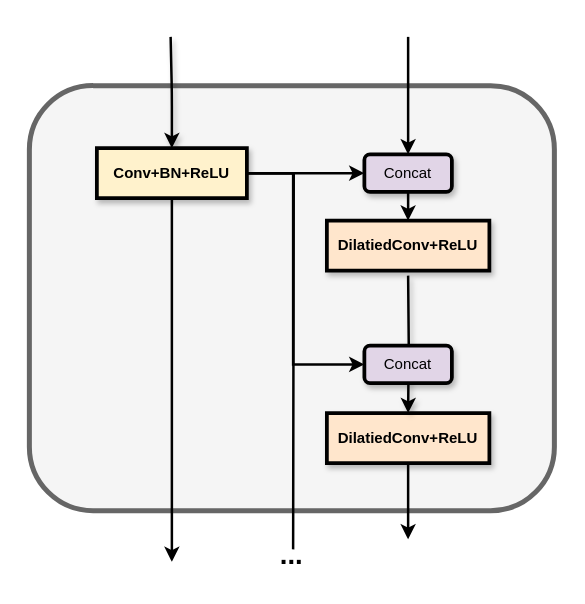
Before: Asymmetric_Cross_Path/d_alltoone.drawio in KopiSoftware/draw_cc_cloud, a draw.io diagram. Source tidied: cells renumbered, new cells numbered last; positions are measured from the earlier drawing's top-left corner, leaving out a move shared by most shapes. Both pictures are drawn from the tidied source at 125%, with x=0, y=0 at pixel (29, 36).
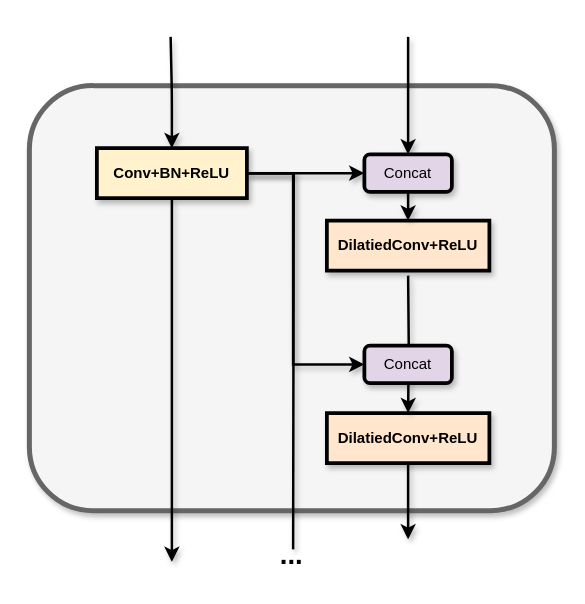
Above is the later version.

The change refers to these unchanged cells:
```xml
<mxCell id="7" value="&lt;b&gt;Conv+BN+ReLU&lt;/b&gt;" style="rounded=0;whiteSpace=wrap;html=1;fillColor=#fff2cc;strokeColor=#000000;strokeWidth=3;shadow=1;" parent="1" vertex="1">
  <mxGeometry x="54" y="89" width="120" height="40" as="geometry" />
</mxCell>
<mxCell id="12" value="&lt;b style=&quot;border-color: var(--border-color);&quot;&gt;DilatiedConv+ReLU&lt;/b&gt;" style="rounded=0;whiteSpace=wrap;html=1;fillColor=#ffe6cc;strokeColor=#000000;strokeWidth=3;shadow=1;" parent="1" vertex="1">
  <mxGeometry x="238" y="147" width="130" height="40" as="geometry" />
</mxCell>
<mxCell id="13" value="Concat" style="rounded=1;whiteSpace=wrap;html=1;strokeWidth=3;shadow=1;fillColor=#e1d5e7;strokeColor=#000000;" parent="1" vertex="1">
  <mxGeometry x="268" y="247" width="70" height="30" as="geometry" />
</mxCell>
<mxCell id="17" value="Concat" style="rounded=1;whiteSpace=wrap;html=1;strokeWidth=3;shadow=1;fillColor=#e1d5e7;strokeColor=#000000;" parent="1" vertex="1">
  <mxGeometry x="268" y="94" width="70" height="30" as="geometry" />
</mxCell>
```

The edit, as a diff of the source:
```diff
@@
-    <mxCell id="2" style="rounded=1;whiteSpace=wrap;html=1;fillColor=#f5f5f5;strokeColor=#666666;strokeWidth=4;fontColor=#333333;" parent="1" vertex="1">
+    <mxCell id="2" style="rounded=1;whiteSpace=wrap;html=1;fillColor=#f5f5f5;strokeColor=#666666;strokeWidth=4;fontColor=#333333;shadow=1;" parent="1" vertex="1">
       <mxGeometry y="39" width="420" height="340" as="geometry" />
     </mxCell>
@@
-    <mxCell id="4" style="edgeStyle=orthogonalEdgeStyle;rounded=0;jettySize=auto;html=1;entryX=0;entryY=0.5;entryDx=0;entryDy=0;strokeWidth=2;" parent="1" edge="1" source="7" target="17">
+    <mxCell id="4" style="edgeStyle=orthogonalEdgeStyle;rounded=0;jettySize=auto;html=1;entryX=0;entryY=0.5;entryDx=0;entryDy=0;strokeWidth=2;shadow=1;" parent="1" edge="1" source="7" target="17">
       <mxGeometry relative="1" as="geometry" />
     </mxCell>
-    <mxCell id="5" style="edgeStyle=orthogonalEdgeStyle;rounded=0;jettySize=auto;html=1;exitX=1;exitY=0.5;exitDx=0;exitDy=0;entryX=0;entryY=0.5;entryDx=0;entryDy=0;strokeWidth=2;" parent="1" edge="1" source="7" target="13">
+    <mxCell id="5" style="edgeStyle=orthogonalEdgeStyle;rounded=0;jettySize=auto;html=1;exitX=1;exitY=0.5;exitDx=0;exitDy=0;entryX=0;entryY=0.5;entryDx=0;entryDy=0;strokeWidth=2;shadow=1;" parent="1" edge="1" source="7" target="13">
       <mxGeometry relative="1" as="geometry">
         <Array as="points">
           <mxPoint x="211" y="109" />
           <mxPoint x="211" y="262" />
         </Array>
       </mxGeometry>
     </mxCell>
-    <mxCell id="6" style="edgeStyle=orthogonalEdgeStyle;rounded=0;jettySize=auto;html=1;exitX=1;exitY=0.5;exitDx=0;exitDy=0;endArrow=none;endFill=0;strokeWidth=2;" parent="1" edge="1" source="7">
+    <mxCell id="6" style="edgeStyle=orthogonalEdgeStyle;rounded=0;jettySize=auto;html=1;exitX=1;exitY=0.5;exitDx=0;exitDy=0;endArrow=none;endFill=0;strokeWidth=2;shadow=1;" parent="1" edge="1" source="7">
       <mxGeometry relative="1" as="geometry">
         <mxPoint x="211" y="410" as="targetPoint" />
       </mxGeometry>
     </mxCell>
@@
-    <mxCell id="8" style="edgeStyle=orthogonalEdgeStyle;rounded=0;orthogonalLoop=1;jettySize=auto;html=1;exitX=0.5;exitY=1;exitDx=0;exitDy=0;strokeWidth=2;" parent="1" edge="1">
+    <mxCell id="8" style="edgeStyle=orthogonalEdgeStyle;rounded=0;orthogonalLoop=1;jettySize=auto;html=1;exitX=0.5;exitY=1;exitDx=0;exitDy=0;strokeWidth=2;shadow=1;" parent="1" edge="1">
       <mxGeometry relative="1" as="geometry">
         <mxPoint x="303" y="323" as="sourcePoint" />
         <mxPoint x="303" y="402" as="targetPoint" />
       </mxGeometry>
     </mxCell>
@@
-    <mxCell id="11" style="edgeStyle=orthogonalEdgeStyle;rounded=0;jettySize=auto;html=1;exitX=0.5;exitY=0;exitDx=0;exitDy=0;" parent="1" edge="1" source="12">
+    <mxCell id="11" style="edgeStyle=orthogonalEdgeStyle;rounded=0;jettySize=auto;html=1;exitX=0.5;exitY=0;exitDx=0;exitDy=0;shadow=1;" parent="1" edge="1" source="12">
       <mxGeometry relative="1" as="geometry">
         <mxPoint x="303" y="147" as="targetPoint" />
       </mxGeometry>
     </mxCell>
@@
-    <mxCell id="14" style="edgeStyle=orthogonalEdgeStyle;rounded=0;jettySize=auto;html=1;strokeWidth=2;exitX=0.5;exitY=1;exitDx=0;exitDy=0;" parent="1" edge="1" source="7">
+    <mxCell id="14" style="edgeStyle=orthogonalEdgeStyle;rounded=0;jettySize=auto;html=1;strokeWidth=2;exitX=0.5;exitY=1;exitDx=0;exitDy=0;shadow=1;" parent="1" edge="1" source="7">
       <mxGeometry relative="1" as="geometry">
         <mxPoint x="114" y="420" as="targetPoint" />
       </mxGeometry>
     </mxCell>
-    <mxCell id="15" style="edgeStyle=orthogonalEdgeStyle;rounded=0;jettySize=auto;html=1;entryX=0.5;entryY=0;entryDx=0;entryDy=0;strokeWidth=2;" parent="1" edge="1" source="17" target="12">
+    <mxCell id="15" style="edgeStyle=orthogonalEdgeStyle;rounded=0;jettySize=auto;html=1;entryX=0.5;entryY=0;entryDx=0;entryDy=0;strokeWidth=2;shadow=1;" parent="1" edge="1" source="17" target="12">
       <mxGeometry relative="1" as="geometry" />
     </mxCell>
-    <mxCell id="16" style="edgeStyle=orthogonalEdgeStyle;rounded=0;jettySize=auto;html=1;endArrow=none;endFill=0;startArrow=classic;startFill=1;strokeWidth=2;" parent="1" edge="1" source="17">
+    <mxCell id="16" style="edgeStyle=orthogonalEdgeStyle;rounded=0;jettySize=auto;html=1;endArrow=none;endFill=0;startArrow=classic;startFill=1;strokeWidth=2;shadow=1;" parent="1" edge="1" source="17">
       <mxGeometry relative="1" as="geometry">
         <mxPoint x="303" as="targetPoint" />
       </mxGeometry>
     </mxCell>
@@
-    <mxCell id="18" value="&lt;b&gt;&lt;font style=&quot;font-size: 22px;&quot;&gt;...&lt;/font&gt;&lt;/b&gt;" style="text;html=1;strokeColor=none;fillColor=none;align=center;verticalAlign=middle;whiteSpace=wrap;rounded=0;" parent="1" vertex="1">
+    <mxCell id="18" value="&lt;b&gt;&lt;font style=&quot;font-size: 22px;&quot;&gt;...&lt;/font&gt;&lt;/b&gt;" style="text;html=1;strokeColor=none;fillColor=none;align=center;verticalAlign=middle;whiteSpace=wrap;rounded=0;shadow=1;" parent="1" vertex="1">
       <mxGeometry x="180" y="400" width="60" height="30" as="geometry" />
     </mxCell>
```
